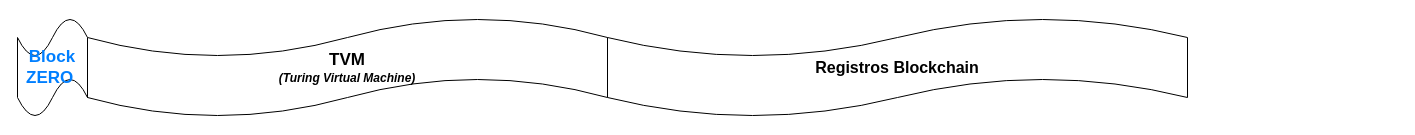
eqs-ar/EQSmarCity keeps this draw.io diagram as TuringMachine.drawio. Above is the earlier version. Source tidied: cells renumbered, new cells numbered last; positions are measured from the earlier drawing's top-left corner, leaving out a move shared by most shapes. Both pictures are drawn from the tidied source at 100%, with x=0, y=0 at pixel (17, 17).
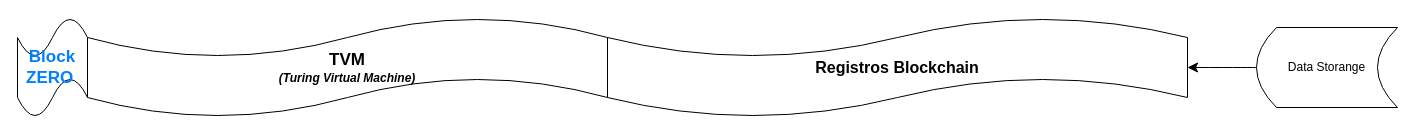
Above is the later version.

What changed in the source:
```diff
@@
 <mxGraphModel>
   <root>
     <mxCell id="0" />
     <mxCell id="1" parent="0" />
     <mxCell id="2" value="&lt;b&gt;&lt;font style=&quot;font-size: 17px;&quot;&gt;TVM&lt;/font&gt;&lt;/b&gt;&lt;div&gt;&lt;i&gt;&lt;b&gt;(Turing Virtual Machine)&lt;/b&gt;&lt;/i&gt;&lt;/div&gt;" style="shape=tape;whiteSpace=wrap;html=1;" parent="1" vertex="1">
       <mxGeometry x="70" width="520" height="100" as="geometry" />
     </mxCell>
     <mxCell id="3" value="&lt;b&gt;&lt;font style=&quot;font-size: 16px;&quot;&gt;Registros Blockchain&lt;/font&gt;&lt;/b&gt;" style="shape=tape;whiteSpace=wrap;html=1;" parent="1" vertex="1">
       <mxGeometry x="590" width="580" height="100" as="geometry" />
     </mxCell>
     <mxCell id="4" value="&lt;b&gt;&lt;font color=&quot;#007fff&quot; style=&quot;font-size: 17px;&quot;&gt;Block ZERO&amp;nbsp;&lt;/font&gt;&lt;/b&gt;" style="shape=tape;whiteSpace=wrap;html=1;size=0.4;" parent="1" vertex="1">
       <mxGeometry width="70" height="100" as="geometry" />
     </mxCell>
+    <mxCell id="5" style="edgeStyle=none;curved=1;rounded=0;jettySize=auto;html=1;exitX=0;exitY=0.5;exitDx=0;exitDy=0;fontSize=12;startSize=8;endSize=8;" parent="1" edge="1" source="6" target="3">
+      <mxGeometry relative="1" as="geometry" />
+    </mxCell>
+    <mxCell id="6" value="Data Storange" style="shape=dataStorage;whiteSpace=wrap;html=1;fixedSize=1;" parent="1" vertex="1">
+      <mxGeometry x="1239" y="10" width="141" height="80" as="geometry" />
+    </mxCell>
   </root>
 </mxGraphModel>
```
